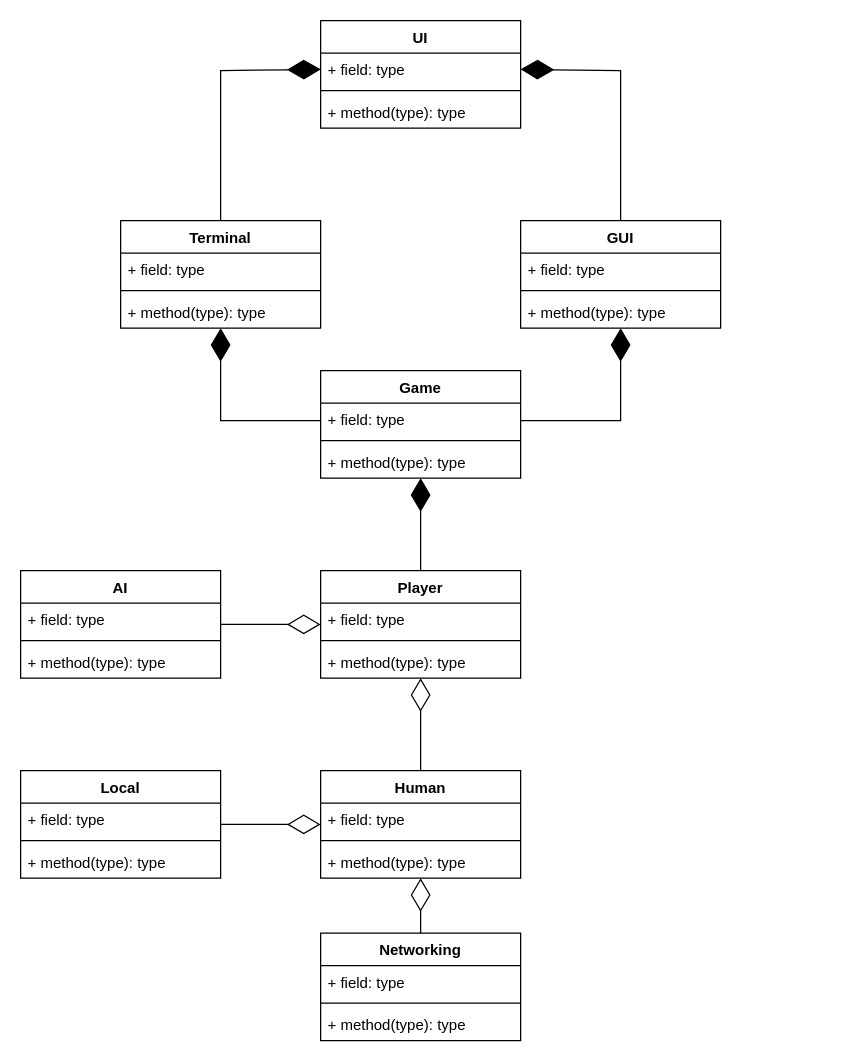
Earlier version of the draw.io diagram Software Object diagram.drawio (Rufushwilliams/NEA---MasterMind). Source tidied: cells renumbered, new cells numbered last; positions are measured from the earlier drawing's top-left corner, leaving out a move shared by most shapes. Both pictures are drawn from the tidied source at 125%, with x=0, y=0 at pixel (20, 20).
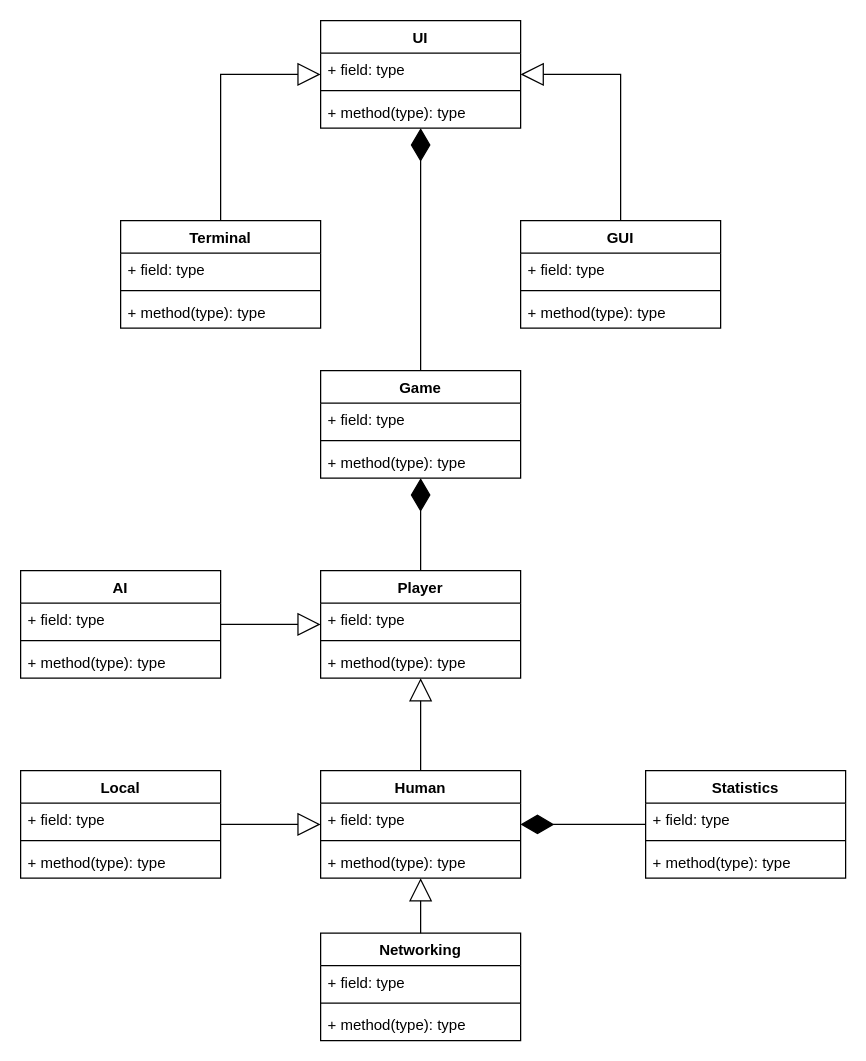
The same page after the edit.

Unchanged cells that the change refers to:
```xml
<mxCell id="2" value="Game" style="swimlane;fontStyle=1;align=center;verticalAlign=top;horizontal=1;startSize=26;" parent="1" vertex="1">
  <mxGeometry x="240" y="280" width="160" height="86" as="geometry" />
</mxCell>
<mxCell id="6" value="Terminal" style="swimlane;fontStyle=1;align=center;verticalAlign=top;horizontal=1;startSize=26;" parent="1" vertex="1">
  <mxGeometry x="80" y="160" width="160" height="86" as="geometry" />
</mxCell>
<mxCell id="10" value="GUI" style="swimlane;fontStyle=1;align=center;verticalAlign=top;horizontal=1;startSize=26;" parent="1" vertex="1">
  <mxGeometry x="400" y="160" width="160" height="86" as="geometry" />
</mxCell>
<mxCell id="14" value="UI" style="swimlane;fontStyle=1;align=center;verticalAlign=top;horizontal=1;startSize=26;" parent="1" vertex="1">
  <mxGeometry x="240" width="160" height="86" as="geometry" />
</mxCell>
<mxCell id="15" value="+ field: type" style="text;strokeColor=none;fillColor=none;align=left;verticalAlign=top;spacingLeft=4;spacingRight=4;overflow=hidden;points=[[0,0.5],[1,0.5]];portConstraint=eastwest;" parent="14" vertex="1">
  <mxGeometry y="26" width="160" height="26" as="geometry" />
</mxCell>
<mxCell id="22" value="AI" style="swimlane;fontStyle=1;align=center;verticalAlign=top;horizontal=1;startSize=26;" parent="1" vertex="1">
  <mxGeometry y="440" width="160" height="86" as="geometry" />
</mxCell>
<mxCell id="27" value="Player" style="swimlane;fontStyle=1;align=center;verticalAlign=top;horizontal=1;startSize=26;" parent="1" vertex="1">
  <mxGeometry x="240" y="440" width="160" height="86" as="geometry" />
</mxCell>
<mxCell id="31" value="Human" style="swimlane;fontStyle=1;align=center;verticalAlign=top;horizontal=1;startSize=26;" parent="1" vertex="1">
  <mxGeometry x="240" y="600" width="160" height="86" as="geometry" />
</mxCell>
<mxCell id="35" value="Networking" style="swimlane;fontStyle=1;align=center;verticalAlign=top;horizontal=1;startSize=26;" parent="1" vertex="1">
  <mxGeometry x="240" y="730" width="160" height="86" as="geometry" />
</mxCell>
<mxCell id="42" value="Local" style="swimlane;fontStyle=1;align=center;verticalAlign=top;horizontal=1;startSize=26;" parent="1" vertex="1">
  <mxGeometry y="600" width="160" height="86" as="geometry" />
</mxCell>
```

What changed in the source:
```diff
@@
-    <mxCell id="18" style="endArrow=diamondThin;endFill=1;endSize=24;html=1;rounded=0;entryX=0;entryY=0.5;entryDx=0;entryDy=0;exitX=0.5;exitY=0;exitDx=0;exitDy=0;" parent="1" edge="1" source="6" target="15">
-      <mxGeometry relative="1" as="geometry">
-        <Array as="points">
-          <mxPoint x="160" y="40" />
-        </Array>
-      </mxGeometry>
-    </mxCell>
-    <mxCell id="19" style="endArrow=diamondThin;endFill=1;endSize=24;html=1;rounded=0;entryX=1;entryY=0.5;entryDx=0;entryDy=0;exitX=0.5;exitY=0;exitDx=0;exitDy=0;" parent="1" edge="1" source="10" target="15">
-      <mxGeometry relative="1" as="geometry">
-        <Array as="points">
-          <mxPoint x="480" y="40" />
-        </Array>
-      </mxGeometry>
-    </mxCell>
-    <mxCell id="20" style="endArrow=diamondThin;endFill=1;endSize=24;html=1;rounded=0;" parent="1" edge="1" target="6">
-      <mxGeometry relative="1" as="geometry">
-        <mxPoint x="240" y="320" as="sourcePoint" />
-        <Array as="points">
-          <mxPoint x="160" y="320" />
-        </Array>
-      </mxGeometry>
+    <mxCell id="20" style="endArrow=diamondThin;endFill=1;endSize=24;html=1;rounded=0;" parent="1" edge="1" source="2" target="14">
+      <mxGeometry relative="1" as="geometry" />
     </mxCell>
-    <mxCell id="21" style="endArrow=diamondThin;endFill=1;endSize=24;html=1;rounded=0;" parent="1" edge="1" target="10">
-      <mxGeometry relative="1" as="geometry">
-        <mxPoint x="400" y="320" as="sourcePoint" />
-        <Array as="points">
-          <mxPoint x="480" y="320" />
-        </Array>
-      </mxGeometry>
-    </mxCell>
@@
-    <mxCell id="39" style="endArrow=diamondThin;endFill=0;endSize=24;html=1;rounded=0;" parent="1" edge="1" source="22" target="27">
-      <mxGeometry relative="1" as="geometry" />
-    </mxCell>
-    <mxCell id="40" style="endArrow=diamondThin;endFill=0;endSize=24;html=1;rounded=0;" parent="1" edge="1" source="31" target="27">
-      <mxGeometry relative="1" as="geometry" />
-    </mxCell>
-    <mxCell id="41" style="endArrow=diamondThin;endFill=0;endSize=24;html=1;rounded=0;" parent="1" edge="1" source="35" target="31">
-      <mxGeometry relative="1" as="geometry" />
-    </mxCell>
@@
+    <mxCell id="47" style="endArrow=block;endSize=16;endFill=0;html=1;rounded=0;" parent="1" edge="1" source="6" target="14">
+      <mxGeometry relative="1" as="geometry">
+        <Array as="points">
+          <mxPoint x="160" y="43" />
+        </Array>
+      </mxGeometry>
+    </mxCell>
+    <mxCell id="48" style="endArrow=block;endSize=16;endFill=0;html=1;rounded=0;" parent="1" edge="1" source="10" target="14">
+      <mxGeometry relative="1" as="geometry">
+        <Array as="points">
+          <mxPoint x="480" y="43" />
+        </Array>
+      </mxGeometry>
+    </mxCell>
+    <mxCell id="39" style="endArrow=block;endSize=16;endFill=0;html=1;rounded=0;" parent="1" edge="1" source="22" target="27">
+      <mxGeometry relative="1" as="geometry" />
+    </mxCell>
+    <mxCell id="40" style="endArrow=block;endSize=16;endFill=0;html=1;rounded=0;" parent="1" edge="1" source="31" target="27">
+      <mxGeometry relative="1" as="geometry" />
+    </mxCell>
-    <mxCell id="46" style="endArrow=diamondThin;endFill=0;endSize=24;html=1;rounded=0;" parent="1" edge="1" source="42" target="31">
+    <mxCell id="46" style="endArrow=block;endSize=16;endFill=0;html=1;rounded=0;" parent="1" edge="1" source="42" target="31">
       <mxGeometry relative="1" as="geometry" />
     </mxCell>
+    <mxCell id="41" style="endArrow=block;endSize=16;endFill=0;html=1;rounded=0;" parent="1" edge="1" source="35" target="31">
+      <mxGeometry relative="1" as="geometry" />
+    </mxCell>
+    <mxCell id="49" value="Statistics" style="swimlane;fontStyle=1;align=center;verticalAlign=top;horizontal=1;startSize=26;" parent="1" vertex="1">
+      <mxGeometry x="500" y="600" width="160" height="86" as="geometry" />
+    </mxCell>
+    <mxCell id="50" value="+ field: type" style="text;strokeColor=none;fillColor=none;align=left;verticalAlign=top;spacingLeft=4;spacingRight=4;overflow=hidden;" parent="49" vertex="1">
+      <mxGeometry y="26" width="160" height="26" as="geometry" />
+    </mxCell>
+    <mxCell id="51" style="line;strokeWidth=1;fillColor=none;align=left;verticalAlign=middle;spacingTop=-1;spacingLeft=3;spacingRight=3;labelPosition=right;" parent="49" vertex="1">
+      <mxGeometry y="52" width="160" height="8" as="geometry" />
+    </mxCell>
+    <mxCell id="52" value="+ method(type): type" style="text;strokeColor=none;fillColor=none;align=left;verticalAlign=top;spacingLeft=4;spacingRight=4;overflow=hidden;" parent="49" vertex="1">
+      <mxGeometry y="60" width="160" height="26" as="geometry" />
+    </mxCell>
+    <mxCell id="53" style="endArrow=diamondThin;endFill=1;endSize=24;html=1;rounded=0;" parent="1" edge="1" source="49" target="31">
+      <mxGeometry relative="1" as="geometry" />
+    </mxCell>
```
